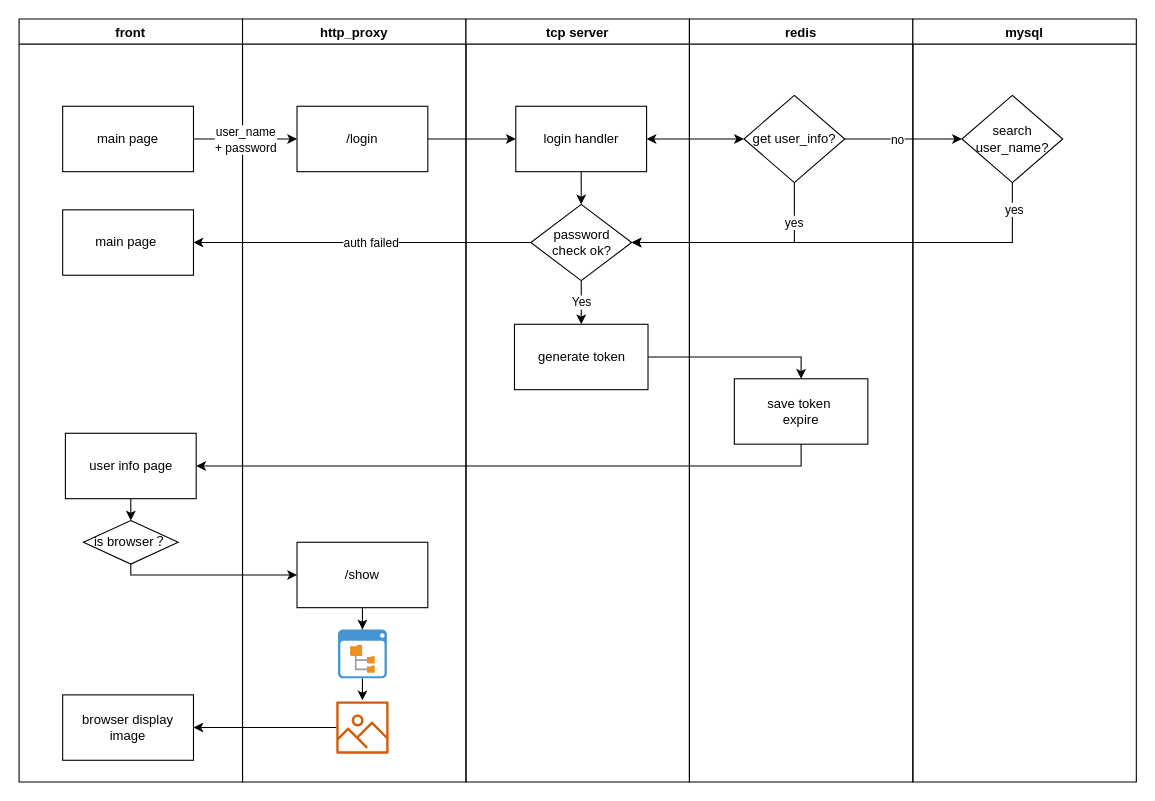
The draw.io diagram network/loginflow.drawio in xiaobaiTech/image, before the edit. Source tidied: cells renumbered, new cells numbered last; positions are measured from the earlier drawing's top-left corner, leaving out a move shared by most shapes. Both pictures are drawn from the tidied source at 109%, with x=0, y=0 at pixel (19, 19).
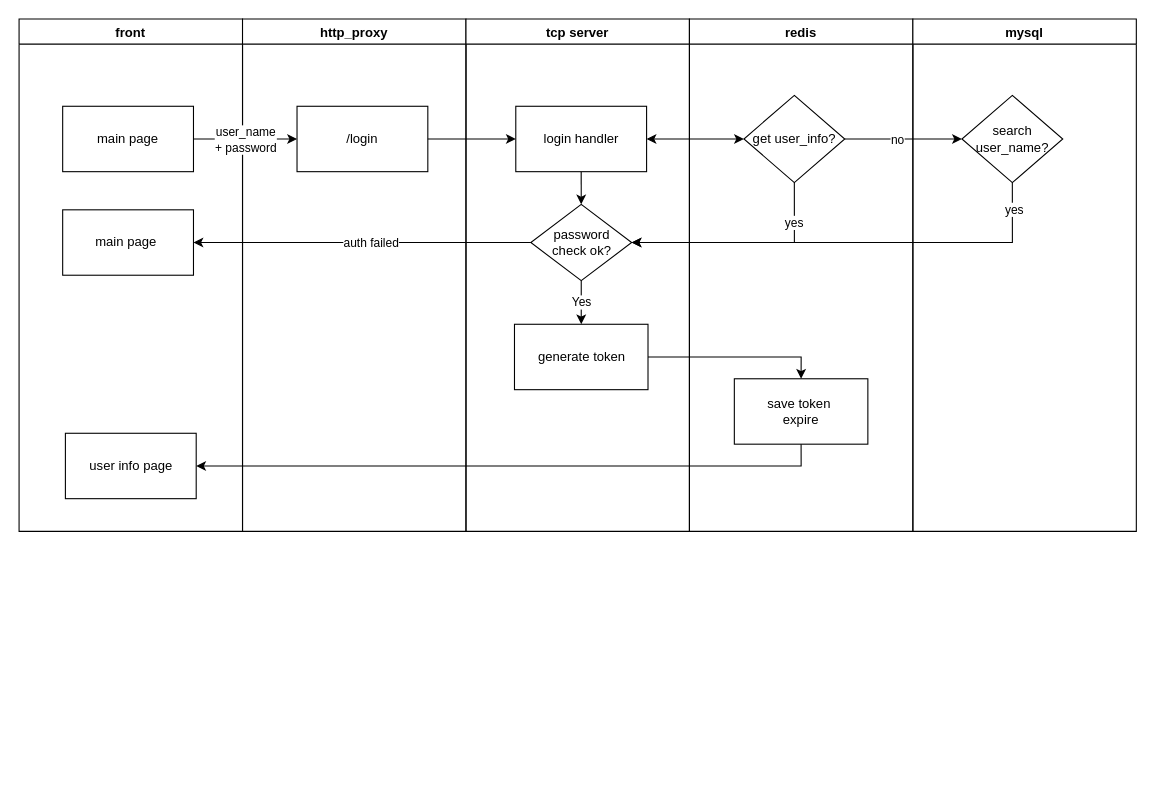
The same page after the edit.

The change refers to these unchanged cells:
```xml
<mxCell id="7" value="user info page" style="rounded=0;whiteSpace=wrap;html=1;" parent="2" vertex="1">
  <mxGeometry x="42.5" y="380" width="120" height="60" as="geometry" />
</mxCell>
```

What changed in the source:
```diff
@@
     <mxCell id="2" value="front" style="swimlane;" parent="1" vertex="1">
-      <mxGeometry width="205" height="700" as="geometry" />
+      <mxGeometry width="205" height="470" as="geometry" />
     </mxCell>
@@
-    <mxCell id="5" value="browser display image" style="rounded=0;whiteSpace=wrap;html=1;" parent="2" vertex="1">
-      <mxGeometry x="40" y="620" width="120" height="60" as="geometry" />
-    </mxCell>
-    <mxCell id="6" style="edgeStyle=orthogonalEdgeStyle;rounded=0;jettySize=auto;html=1;exitX=0.5;exitY=1;exitDx=0;exitDy=0;entryX=0.5;entryY=0;entryDx=0;entryDy=0;startArrow=none;startFill=0;" parent="2" edge="1" source="7" target="8">
-      <mxGeometry relative="1" as="geometry" />
-    </mxCell>
@@
-    <mxCell id="8" value="is&amp;nbsp;browser？" style="rhombus;whiteSpace=wrap;html=1;" parent="2" vertex="1">
-      <mxGeometry x="59" y="460" width="87" height="40" as="geometry" />
-    </mxCell>
     <mxCell id="9" value="http_proxy" style="swimlane;" parent="1" vertex="1">
-      <mxGeometry x="205" width="205" height="700" as="geometry" />
+      <mxGeometry x="205" width="205" height="470" as="geometry" />
     </mxCell>
@@
-    <mxCell id="11" style="edgeStyle=orthogonalEdgeStyle;rounded=0;jettySize=auto;html=1;exitX=0.5;exitY=1;exitDx=0;exitDy=0;startArrow=none;startFill=0;" parent="9" edge="1" source="12" target="13">
-      <mxGeometry relative="1" as="geometry" />
-    </mxCell>
-    <mxCell id="12" value="/show" style="rounded=0;whiteSpace=wrap;html=1;" parent="9" vertex="1">
-      <mxGeometry x="50" y="480" width="120" height="60" as="geometry" />
-    </mxCell>
-    <mxCell id="13" style="shadow=0;dashed=0;html=1;strokeColor=none;fillColor=#4495D1;labelPosition=center;verticalLabelPosition=bottom;verticalAlign=top;align=center;outlineConnect=0;shape=mxgraph.veeam.2d.file_system_browser;" parent="9" vertex="1">
-      <mxGeometry x="87.6" y="560" width="44.8" height="44.8" as="geometry" />
-    </mxCell>
-    <mxCell id="14" style="sketch=0;outlineConnect=0;fontColor=#232F3E;gradientColor=none;fillColor=#D45B07;strokeColor=none;dashed=0;verticalLabelPosition=bottom;verticalAlign=top;align=center;html=1;fontSize=12;fontStyle=0;shape=mxgraph.aws4.container_registry_image;" parent="9" vertex="1">
-      <mxGeometry x="86" y="626" width="48" height="48" as="geometry" />
-    </mxCell>
     <mxCell id="15" value="tcp server" style="swimlane;" parent="1" vertex="1">
-      <mxGeometry x="410" width="205" height="700" as="geometry" />
+      <mxGeometry x="410" width="205" height="470" as="geometry" />
     </mxCell>
@@
     <mxCell id="21" value="redis" style="swimlane;" parent="1" vertex="1">
-      <mxGeometry x="615" width="205" height="700" as="geometry" />
+      <mxGeometry x="615" width="205" height="470" as="geometry" />
     </mxCell>
@@
     <mxCell id="24" value="mysql" style="swimlane;" parent="1" vertex="1">
-      <mxGeometry x="820" width="205" height="700" as="geometry" />
+      <mxGeometry x="820" width="205" height="470" as="geometry" />
     </mxCell>
@@
-    <mxCell id="33" style="edgeStyle=orthogonalEdgeStyle;rounded=0;jettySize=auto;html=1;exitX=0.5;exitY=1;exitDx=0;exitDy=0;entryX=0;entryY=0.5;entryDx=0;entryDy=0;startArrow=none;startFill=0;" parent="1" edge="1" source="8" target="12">
-      <mxGeometry relative="1" as="geometry">
-        <Array as="points">
-          <mxPoint x="103" y="510" />
-        </Array>
-      </mxGeometry>
-    </mxCell>
-    <mxCell id="34" style="edgeStyle=orthogonalEdgeStyle;rounded=0;orthogonalLoop=1;jettySize=auto;html=1;exitX=0.5;exitY=1;exitDx=0;exitDy=0;startArrow=none;startFill=0;" parent="1" edge="1">
-      <mxGeometry relative="1" as="geometry">
-        <mxPoint x="315" y="605" as="sourcePoint" />
-        <mxPoint x="315" y="625" as="targetPoint" />
-      </mxGeometry>
-    </mxCell>
-    <mxCell id="35" style="edgeStyle=orthogonalEdgeStyle;rounded=0;jettySize=auto;html=1;exitX=1;exitY=0.5;exitDx=0;exitDy=0;startArrow=classic;startFill=1;endArrow=none;endFill=0;" parent="1" edge="1" source="5" target="14">
-      <mxGeometry relative="1" as="geometry" />
-    </mxCell>
```
